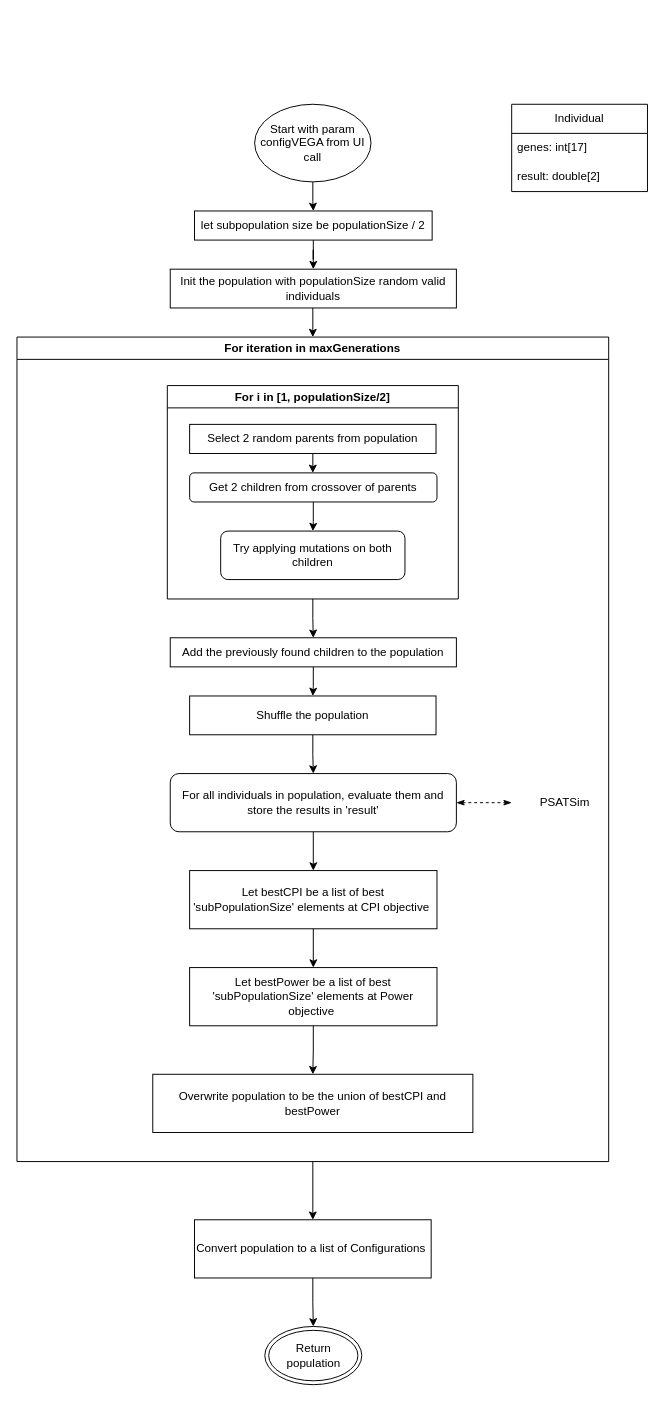
Earlier version of the draw.io diagram scheme/Orchestrator VEGA.drawio (R-a-d-u/PSATSimSimulation). Source tidied: cells renumbered, new cells numbered last; positions are measured from the earlier drawing's top-left corner, leaving out a move shared by most shapes. Both pictures are drawn from the tidied source at 97%, with x=0, y=0 at pixel (16, 104).
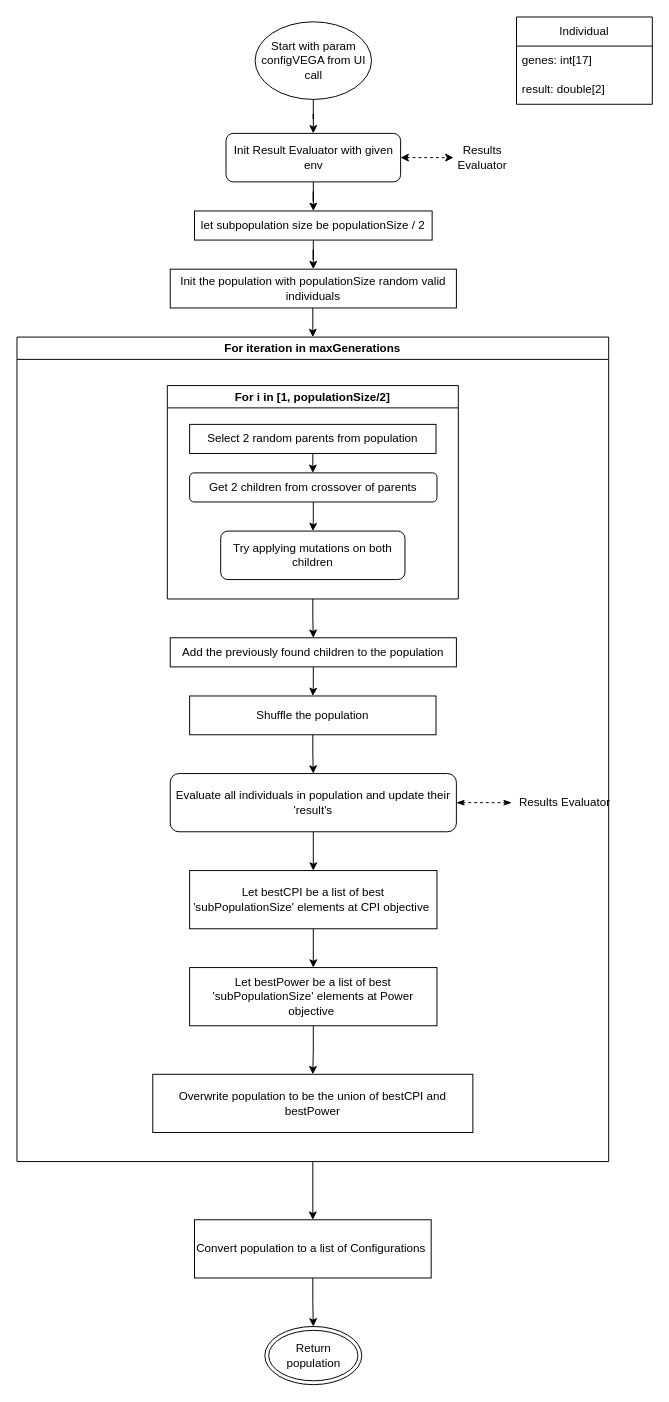
Above is the later version.

Unchanged cells that the change refers to:
```xml
<mxCell id="5" value="let subpopulation size be populationSize / 2" style="rounded=0;whiteSpace=wrap;html=1;" parent="1" vertex="1">
  <mxGeometry x="183" y="110" width="245" height="30" as="geometry" />
</mxCell>
```

Change to the diagram source:
```diff
@@
-    <mxCell id="2" style="edgeStyle=orthogonalEdgeStyle;rounded=0;jettySize=auto;html=1;" parent="1" edge="1" source="3" target="5">
-      <mxGeometry relative="1" as="geometry" />
-    </mxCell>
+    <mxCell id="36" style="edgeStyle=orthogonalEdgeStyle;rounded=0;jettySize=auto;html=1;" parent="1" edge="1" source="3" target="39">
+      <mxGeometry relative="1" as="geometry" />
+    </mxCell>
     <mxCell id="3" value="Start with param configVEGA from UI call" style="ellipse;whiteSpace=wrap;html=1;" parent="1" vertex="1">
-      <mxGeometry x="245" width="120" height="80" as="geometry" />
+      <mxGeometry x="245.5" y="-85" width="120" height="80" as="geometry" />
     </mxCell>
@@
     <mxCell id="21" value="Individual" style="swimlane;fontStyle=0;horizontal=1;startSize=30;whiteSpace=wrap;html=1;" parent="1" vertex="1">
-      <mxGeometry x="510" width="140" height="90" as="geometry" />
+      <mxGeometry x="515" y="-90" width="140" height="90" as="geometry" />
     </mxCell>
@@
-    <mxCell id="26" value="For all individuals in population, evaluate them and store the results in 'result'" style="rounded=1;whiteSpace=wrap;html=1;" parent="1" vertex="1">
+    <mxCell id="26" value="Evaluate all individuals in population and update their 'result's" style="rounded=1;whiteSpace=wrap;html=1;" parent="1" vertex="1">
       <mxGeometry x="158" y="690" width="295" height="60" as="geometry" />
     </mxCell>
-    <mxCell id="27" value="PSATSim" style="text;html=1;align=center;verticalAlign=middle;whiteSpace=wrap;rounded=0;" parent="1" vertex="1">
+    <mxCell id="27" value="Results Evaluator" style="text;html=1;align=center;verticalAlign=middle;whiteSpace=wrap;rounded=0;" parent="1" vertex="1">
       <mxGeometry x="510" y="705" width="110" height="30" as="geometry" />
     </mxCell>
@@
+    <mxCell id="37" style="edgeStyle=orthogonalEdgeStyle;rounded=0;jettySize=auto;html=1;startArrow=classic;startFill=1;dashed=1;" parent="1" edge="1" source="39" target="40">
+      <mxGeometry relative="1" as="geometry" />
+    </mxCell>
+    <mxCell id="38" style="edgeStyle=orthogonalEdgeStyle;rounded=0;jettySize=auto;html=1;entryX=0.5;entryY=0;entryDx=0;entryDy=0;" parent="1" edge="1" source="39" target="5">
+      <mxGeometry relative="1" as="geometry" />
+    </mxCell>
+    <mxCell id="39" value="Init Result Evaluator with given env" style="rounded=1;whiteSpace=wrap;html=1;" parent="1" vertex="1">
+      <mxGeometry x="215.5" y="30" width="180" height="50" as="geometry" />
+    </mxCell>
+    <mxCell id="40" value="Results Evaluator" style="text;html=1;align=center;verticalAlign=middle;whiteSpace=wrap;rounded=0;" parent="1" vertex="1">
+      <mxGeometry x="450" y="40" width="60" height="30" as="geometry" />
+    </mxCell>
```
